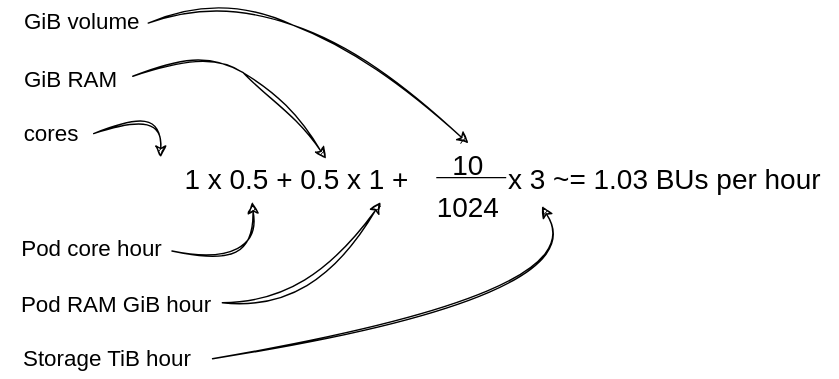
Earlier version of the draw.io export docs/cloud/rahti/images/Rahti1BU.drawio.svg (CSCfi/csc-user-guide). Source tidied: cells renumbered, new cells last; positions are measured from the earlier drawing's top-left corner, leaving out a move shared by most shapes.
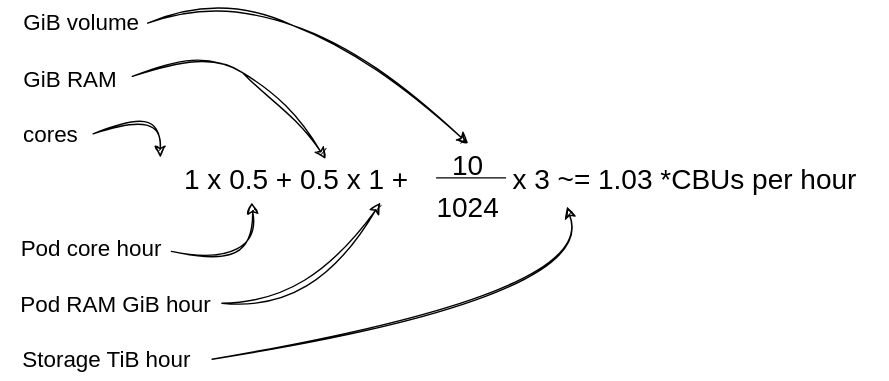
The same diagram one commit later.

Diff of the diagram source:
```diff
@@ -27,8 +27,8 @@
         </Array>
       </mxGeometry>
     </mxCell>
-    <mxCell id="7" value="&lt;font style=&quot;font-size: 20px;&quot;&gt;x 3 ~= 1.03 BUs per hour&lt;br&gt;&lt;/font&gt;" style="text;html=1;align=center;verticalAlign=middle;points=[];strokeColor=none;fillColor=none;" parent="1" vertex="1">
-      <mxGeometry x="349" y="114" width="250" height="40" as="geometry" />
+    <mxCell id="7" value="&lt;font style=&quot;font-size: 20px;&quot;&gt;x 3 ~= 1.03 *CBUs per hour&lt;br&gt;&lt;/font&gt;" style="text;html=1;align=left;verticalAlign=middle;points=[];strokeColor=none;fillColor=none;" parent="1" vertex="1">
+      <mxGeometry x="364" y="114" width="270" height="40" as="geometry" />
     </mxCell>
     <mxCell id="8" value="&lt;font style=&quot;font-size: 16px;&quot;&gt;cores&lt;/font&gt;" style="text;html=1;align=center;verticalAlign=middle;whiteSpace=wrap;rounded=0;" parent="1" vertex="1">
       <mxGeometry x="6" y="87" width="60" height="30" as="geometry" />
```
